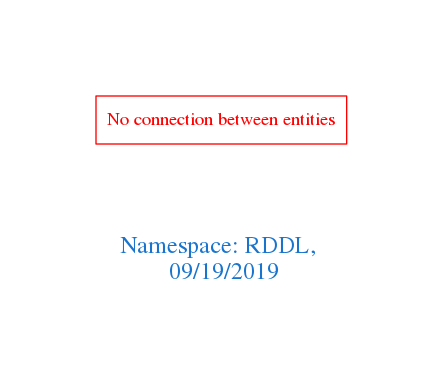
Before: downloads/RDDL.png, a diagram exported from Graphviz (arago/OGIT). Its source is kept beside it as downloads/RDDL.dot.
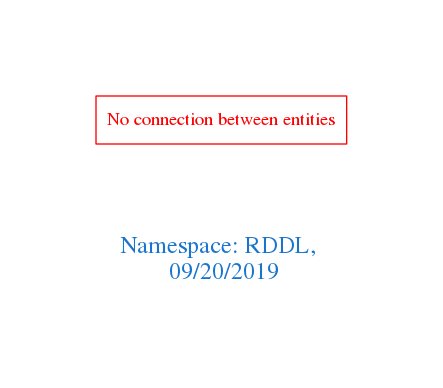
The same diagram one commit later.

Diff of the diagram source:
```diff
@@ -1,7 +1,7 @@
 digraph OGIT_ontology {
  graph [ rankdir= LR,pad=1
 fontsize = 18,
-fontcolor= dodgerblue3,label = "\n\n\nNamespace: RDDL, \n 09/19/2019"];
+fontcolor= dodgerblue3,label = "\n\n\nNamespace: RDDL, \n 09/20/2019"];
 node[shape=polygon];
 edge [  color="gray81"];
 
```
